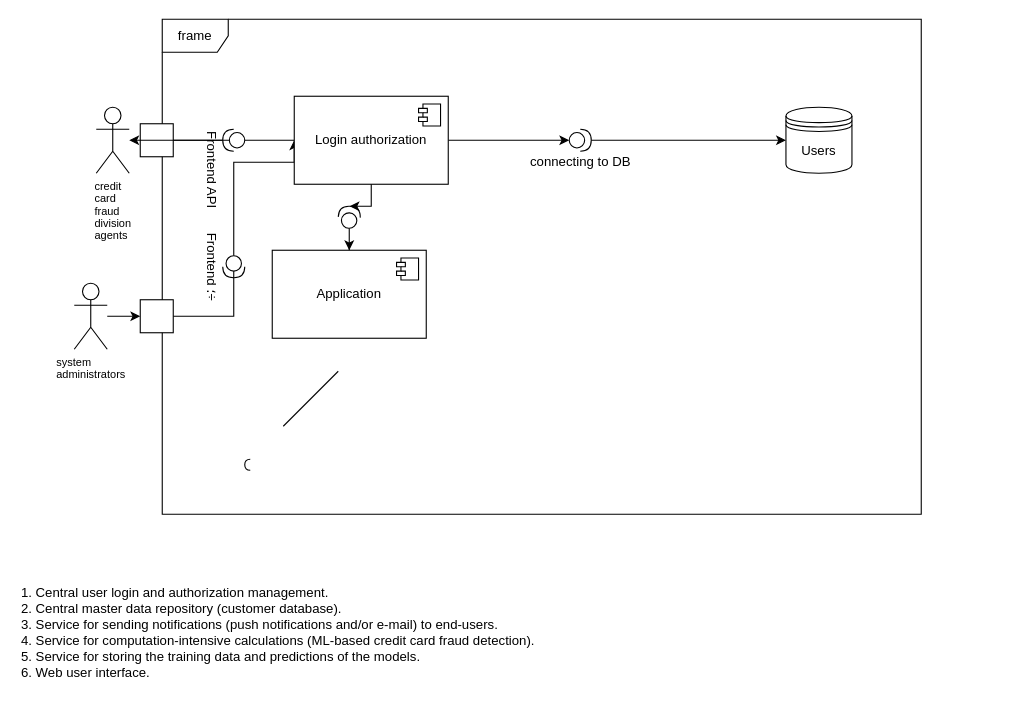
midani-47/midani-47 keeps this draw.io diagram as gifs/Untitled Diagram.drawio. Above is the earlier version. Source tidied: cells renumbered, new cells numbered last; positions are measured from the earlier drawing's top-left corner, leaving out a move shared by most shapes. Both pictures are drawn from the tidied source at 110%, with x=0, y=0 at pixel (19, 19).
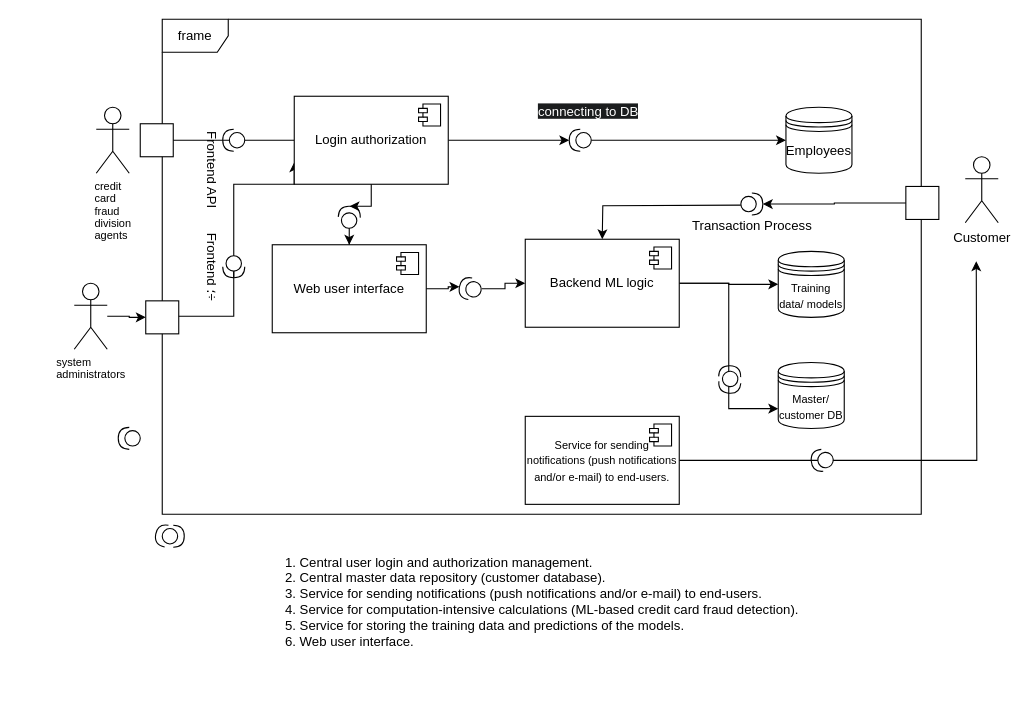
Above is the later version.

The change refers to these unchanged cells:
```xml
<mxCell id="13" value="&lt;p style=&quot;margin: 0px; font-variant-numeric: normal; font-variant-east-asian: normal; font-variant-alternates: normal; font-size-adjust: none; font-kerning: auto; font-optical-sizing: auto; font-feature-settings: normal; font-variation-settings: normal; font-variant-position: normal; font-variant-emoji: normal; font-stretch: normal; font-size: 10px; line-height: normal; text-align: start; text-wrap-mode: wrap;&quot; class=&quot;p1&quot;&gt;&lt;font style=&quot;color: light-dark(rgb(0, 0, 0), rgb(255, 255, 255));&quot;&gt;credit card fraud division agents&lt;/font&gt;&lt;/p&gt;" style="shape=umlActor;verticalLabelPosition=bottom;verticalAlign=top;html=1;outlineConnect=0;" parent="1" vertex="1">
  <mxGeometry x="70" y="80" width="30" height="60" as="geometry" />
</mxCell>
<mxCell id="15" value="Login authorization" style="html=1;whiteSpace=wrap;" parent="1" vertex="1">
  <mxGeometry x="250" y="70" width="140" height="80" as="geometry" />
</mxCell>
<mxCell id="22" value="&lt;span style=&quot;white-space: pre;&quot;&gt;&#9;&lt;span style=&quot;white-space: pre;&quot;&gt;&#9;&lt;/span&gt;Frontend API&lt;/span&gt;" style="shape=providedRequiredInterface;html=1;verticalLabelPosition=bottom;sketch=0;direction=south;rotation=90;" parent="1" vertex="1">
  <mxGeometry x="185" y="100" width="20" height="20" as="geometry" />
</mxCell>
<mxCell id="24" value="Frontend ؛÷" style="shape=providedRequiredInterface;html=1;verticalLabelPosition=bottom;sketch=0;rotation=90;" parent="1" vertex="1">
  <mxGeometry x="185" y="215" width="20" height="20" as="geometry" />
</mxCell>
```

The edit, as a diff of the source:
```diff
@@
     <mxCell id="4" value="1. Central user login and authorization management.&#10;2. Central master data repository (customer database).&#10;3. Service for sending notifications (push notifications and/or e-mail) to end-users.&#10;4. Service for computation-intensive calculations (ML-based credit card fraud detection).&#10;5. Service for storing the training data and predictions of the models.&#10;6. Web user interface." style="text;whiteSpace=wrap;html=1;" parent="1" vertex="1">
-      <mxGeometry y="508" width="500" height="110" as="geometry" />
+      <mxGeometry x="240" y="480" width="500" height="110" as="geometry" />
     </mxCell>
@@
-    <mxCell id="10" style="shape=requiredInterface;html=1;fontSize=11;align=center;fillColor=none;verticalAlign=bottom;labelPosition=center;verticalLabelPosition=top;flipH=1;" parent="1" vertex="1">
-      <mxGeometry x="205" y="400" width="5" height="10" as="geometry" />
-    </mxCell>
-    <mxCell id="11" style="edgeStyle=orthogonalEdgeStyle;rounded=0;jettySize=auto;html=1;entryX=0;entryY=0.5;entryDx=0;entryDy=0;" parent="1" edge="1" source="24" target="15">
+    <mxCell id="11" style="edgeStyle=orthogonalEdgeStyle;rounded=0;orthogonalLoop=1;jettySize=auto;html=1;entryX=0;entryY=0.5;entryDx=0;entryDy=0;" parent="1" edge="1">
       <mxGeometry relative="1" as="geometry">
+        <mxPoint x="195" y="235" as="sourcePoint" />
+        <mxPoint x="250" y="130" as="targetPoint" />
         <Array as="points">
-          <mxPoint x="195" y="130" />
-          <mxPoint x="250" y="130" />
+          <mxPoint x="195" y="150" />
+          <mxPoint x="250" y="150" />
         </Array>
       </mxGeometry>
     </mxCell>
     <mxCell id="12" style="html=1;rounded=0;" parent="1" vertex="1">
-      <mxGeometry x="110" y="255" width="30" height="30" as="geometry" />
+      <mxGeometry x="115" y="256" width="30" height="30" as="geometry" />
     </mxCell>
@@
-    <mxCell id="17" value="Application" style="html=1;whiteSpace=wrap;" parent="1" vertex="1">
-      <mxGeometry x="230" y="210" width="140" height="80" as="geometry" />
+    <mxCell id="17" value="Web user interface" style="html=1;whiteSpace=wrap;" parent="1" vertex="1">
+      <mxGeometry x="230" y="205" width="140" height="80" as="geometry" />
     </mxCell>
@@
-    <mxCell id="19" value="Users" style="shape=datastore;whiteSpace=wrap;html=1;" parent="1" vertex="1">
+    <mxCell id="19" value="Employees" style="shape=datastore;whiteSpace=wrap;html=1;" parent="1" vertex="1">
       <mxGeometry x="697" y="80" width="60" height="60" as="geometry" />
     </mxCell>
-    <mxCell id="20" style="endArrow=none;html=1;rounded=0;" parent="1" edge="1">
-      <mxGeometry relative="1" as="geometry">
-        <mxPoint x="240" y="370" as="sourcePoint" />
-        <mxPoint x="290" y="320" as="targetPoint" />
-      </mxGeometry>
-    </mxCell>
-    <mxCell id="21" style="edgeStyle=orthogonalEdgeStyle;rounded=0;jettySize=auto;html=1;" parent="1" edge="1" source="22" target="13">
-      <mxGeometry relative="1" as="geometry" />
-    </mxCell>
@@
-    <mxCell id="26" value="connecting to DB" style="shape=providedRequiredInterface;html=1;verticalLabelPosition=bottom;sketch=0;" parent="1" vertex="1">
+    <mxCell id="26" style="shape=providedRequiredInterface;html=1;verticalLabelPosition=bottom;sketch=0;rotation=-180;" parent="1" vertex="1">
       <mxGeometry x="500" y="100" width="20" height="20" as="geometry" />
     </mxCell>
@@
+    <mxCell id="28" style="edgeStyle=orthogonalEdgeStyle;rounded=0;jettySize=auto;html=1;entryX=0;entryY=0.7;entryDx=0;entryDy=0;" parent="1" edge="1" source="30" target="36">
+      <mxGeometry relative="1" as="geometry" />
+    </mxCell>
+    <mxCell id="29" style="edgeStyle=orthogonalEdgeStyle;rounded=0;jettySize=auto;html=1;" parent="1" edge="1" source="30" target="34">
+      <mxGeometry relative="1" as="geometry" />
+    </mxCell>
+    <mxCell id="30" value="Backend ML logic" style="html=1;whiteSpace=wrap;" parent="1" vertex="1">
+      <mxGeometry x="460" y="200" width="140" height="80" as="geometry" />
+    </mxCell>
+    <mxCell id="31" style="shape=module;jettyWidth=8;jettyHeight=4;" parent="30" vertex="1">
+      <mxGeometry x="1" width="20" height="20" relative="1" as="geometry">
+        <mxPoint x="-27" y="7" as="offset" />
+      </mxGeometry>
+    </mxCell>
+    <mxCell id="32" style="edgeStyle=orthogonalEdgeStyle;rounded=0;jettySize=auto;html=1;entryX=0;entryY=0.5;entryDx=0;entryDy=0;" parent="1" edge="1" source="33" target="30">
+      <mxGeometry relative="1" as="geometry" />
+    </mxCell>
+    <mxCell id="33" style="shape=providedRequiredInterface;html=1;verticalLabelPosition=bottom;sketch=0;rotation=-170;" parent="1" vertex="1">
+      <mxGeometry x="400" y="235" width="20" height="20" as="geometry" />
+    </mxCell>
+    <mxCell id="34" value="&lt;span style=&quot;font-size: 10px;&quot;&gt;Training data/ models&lt;/span&gt;" style="shape=datastore;whiteSpace=wrap;html=1;" parent="1" vertex="1">
+      <mxGeometry x="690" y="211" width="60" height="60" as="geometry" />
+    </mxCell>
+    <mxCell id="35" value="&lt;span style=&quot;color: rgb(255, 255, 255); font-family: Helvetica; font-size: 12px; font-style: normal; font-variant-ligatures: normal; font-variant-caps: normal; font-weight: 400; letter-spacing: normal; orphans: 2; text-align: center; text-indent: 0px; text-transform: none; widows: 2; word-spacing: 0px; -webkit-text-stroke-width: 0px; white-space: nowrap; background-color: rgb(27, 29, 30); text-decoration-thickness: initial; text-decoration-style: initial; text-decoration-color: initial; display: inline !important; float: none;&quot;&gt;connecting to DB&lt;/span&gt;" style="text;whiteSpace=wrap;html=1;" parent="1" vertex="1">
+      <mxGeometry x="470" y="70" width="120" height="40" as="geometry" />
+    </mxCell>
+    <mxCell id="36" value="&lt;font style=&quot;font-size: 10px;&quot;&gt;Master/&lt;/font&gt;&lt;div&gt;&lt;font style=&quot;font-size: 10px;&quot;&gt;customer DB&lt;/font&gt;&lt;/div&gt;" style="shape=datastore;whiteSpace=wrap;html=1;" parent="1" vertex="1">
+      <mxGeometry x="690" y="312" width="60" height="60" as="geometry" />
+    </mxCell>
+    <mxCell id="37" style="shape=providedRequiredInterface;html=1;verticalLabelPosition=bottom;sketch=0;rotation=95;" parent="1" vertex="1">
+      <mxGeometry x="636" y="320" width="20" height="20" as="geometry" />
+    </mxCell>
+    <mxCell id="38" style="shape=requiredInterface;html=1;verticalLabelPosition=bottom;sketch=0;rotation=-88;" parent="1" vertex="1">
+      <mxGeometry x="641" y="310" width="10" height="20" as="geometry" />
+    </mxCell>
+    <mxCell id="39" style="edgeStyle=orthogonalEdgeStyle;rounded=0;jettySize=auto;html=1;" parent="1" edge="1" source="40">
+      <mxGeometry relative="1" as="geometry">
+        <mxPoint x="870" y="220" as="targetPoint" />
+      </mxGeometry>
+    </mxCell>
+    <mxCell id="40" value="&lt;span style=&quot;text-align: left;&quot;&gt;&lt;font style=&quot;font-size: 10px;&quot;&gt;Service for sending notifications (push notifications and/or e-mail) to end-users.&lt;/font&gt;&lt;/span&gt;" style="html=1;whiteSpace=wrap;" parent="1" vertex="1">
+      <mxGeometry x="460" y="361" width="140" height="80" as="geometry" />
+    </mxCell>
+    <mxCell id="41" style="shape=module;jettyWidth=8;jettyHeight=4;" parent="40" vertex="1">
+      <mxGeometry x="1" width="20" height="20" relative="1" as="geometry">
+        <mxPoint x="-27" y="7" as="offset" />
+      </mxGeometry>
+    </mxCell>
+    <mxCell id="42" value="Customer" style="shape=umlActor;verticalLabelPosition=bottom;verticalAlign=top;html=1;" parent="1" vertex="1">
+      <mxGeometry x="860" y="125" width="30" height="60" as="geometry" />
+    </mxCell>
+    <mxCell id="43" style="edgeStyle=orthogonalEdgeStyle;rounded=0;orthogonalLoop=1;jettySize=auto;html=1;" parent="1" edge="1">
+      <mxGeometry relative="1" as="geometry">
+        <mxPoint x="656" y="169" as="sourcePoint" />
+        <mxPoint x="530" y="200" as="targetPoint" />
+      </mxGeometry>
+    </mxCell>
+    <mxCell id="44" style="html=1;rounded=0;" parent="1" vertex="1">
+      <mxGeometry x="806" y="152" width="30" height="30" as="geometry" />
+    </mxCell>
+    <mxCell id="45" style="shape=providedRequiredInterface;html=1;verticalLabelPosition=bottom;sketch=0;" parent="1" vertex="1">
+      <mxGeometry x="130" y="460" width="20" height="20" as="geometry" />
+    </mxCell>
+    <mxCell id="46" style="shape=requiredInterface;html=1;verticalLabelPosition=bottom;sketch=0;rotation=-170;" parent="1" vertex="1">
+      <mxGeometry x="124" y="459" width="10" height="20" as="geometry" />
+    </mxCell>
+    <mxCell id="47" style="shape=providedRequiredInterface;html=1;verticalLabelPosition=bottom;sketch=0;rotation=-180;" parent="1" vertex="1">
+      <mxGeometry x="90" y="371" width="20" height="20" as="geometry" />
+    </mxCell>
+    <mxCell id="48" style="edgeStyle=orthogonalEdgeStyle;rounded=0;jettySize=auto;html=1;" parent="1" edge="1" source="44" target="49">
+      <mxGeometry relative="1" as="geometry" />
+    </mxCell>
+    <mxCell id="49" value="Transaction Process" style="shape=providedRequiredInterface;html=1;verticalLabelPosition=bottom;sketch=0;" parent="1" vertex="1">
+      <mxGeometry x="656" y="158" width="20" height="20" as="geometry" />
+    </mxCell>
+    <mxCell id="50" style="edgeStyle=orthogonalEdgeStyle;rounded=0;jettySize=auto;html=1;entryX=1;entryY=0.5;entryDx=0;entryDy=0;entryPerimeter=0;" parent="1" edge="1" source="17" target="33">
+      <mxGeometry relative="1" as="geometry" />
+    </mxCell>
+    <mxCell id="51" style="shape=providedRequiredInterface;html=1;verticalLabelPosition=bottom;sketch=0;rotation=-185;" parent="1" vertex="1">
+      <mxGeometry x="720" y="391" width="20" height="20" as="geometry" />
+    </mxCell>
```
